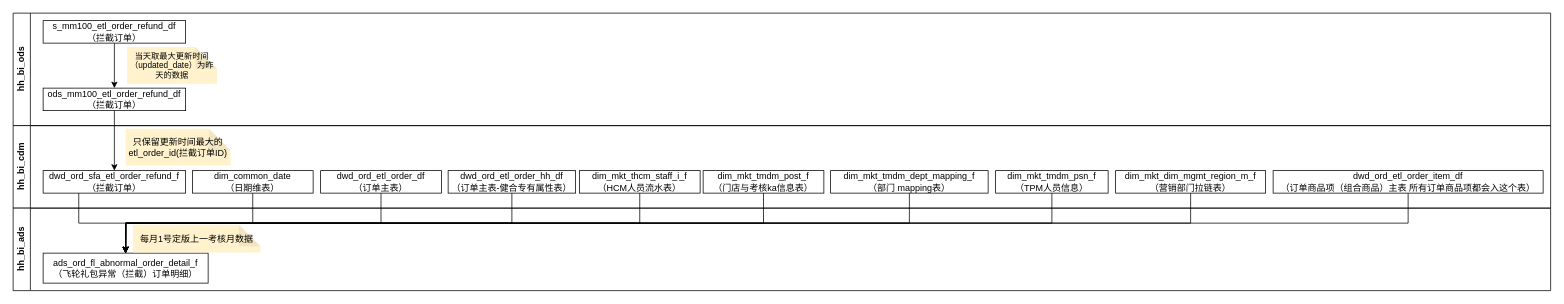
The draw.io diagram SAW飞轮拦截(新).drawio in ztacode/drawio, before the edit. Source tidied: cells renumbered, new cells numbered last; positions are measured from the earlier drawing's top-left corner, leaving out a move shared by most shapes. Both pictures are drawn from the tidied source at 75%, with x=0, y=0 at pixel (13, 13).
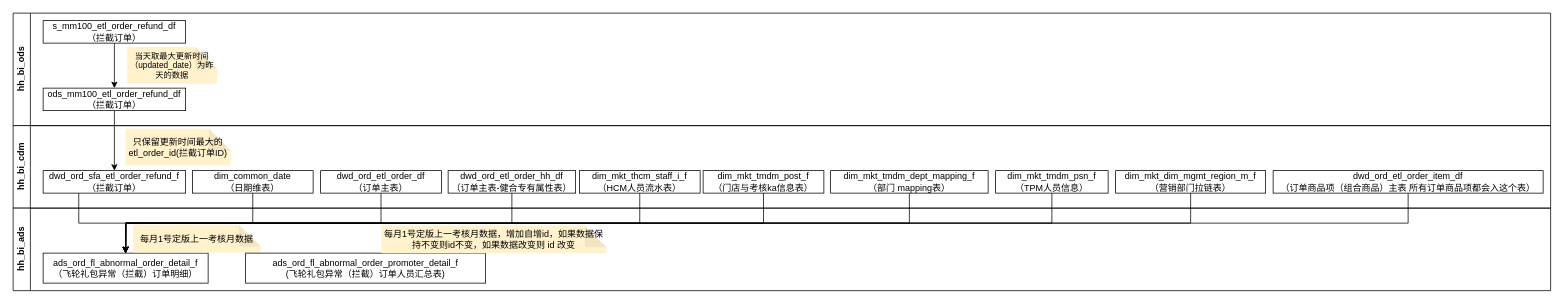
The same page after the edit.

Commit message:
更新SAW飞轮拦截(新).drawio

Unchanged cells that the change refers to:
```xml
<mxCell id="21" value="hh_bi_ads" style="swimlane;horizontal=0;whiteSpace=wrap;html=1;startSize=23;" parent="1" vertex="1">
  <mxGeometry y="260" width="2050" height="110" as="geometry" />
</mxCell>
```

Diff of the diagram source:
```diff
@@
+    <mxCell id="33" value="ads_ord_fl_abnormal_order_promoter_detail_f&lt;br&gt;(飞轮礼包异常（拦截）订单人员汇总表)" style="rounded=0;whiteSpace=wrap;html=1;" parent="21" vertex="1">
+      <mxGeometry x="310" y="60" width="320" height="40" as="geometry" />
+    </mxCell>
+    <mxCell id="34" value="每月1号定版上一考核月数据，增加自增id，如果数据保持不变则id不变，如果数据改变则 id 改变" style="shape=note;whiteSpace=wrap;html=1;backgroundOutline=1;darkOpacity=0.05;noLabel=0;enumerate=0;comic=0;perimeter=rectanglePerimeter;fillOpacity=100;strokeOpacity=100;overflow=visible;fillColor=#fff2cc;strokeColor=none;size=29;" parent="21" vertex="1">
+      <mxGeometry x="491" y="23" width="300" height="37" as="geometry" />
+    </mxCell>
```
